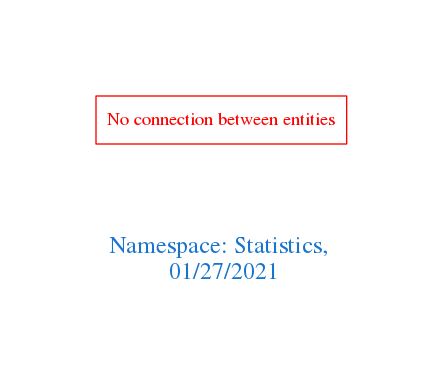
arago/OGIT keeps this Graphviz diagram as downloads/Statistics.png. Above is the earlier version. Its source is kept beside it as downloads/Statistics.dot.
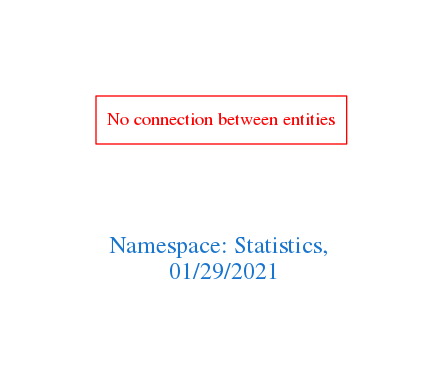
The same file after the commit.

The edit, as a diff of the source:
```diff
@@ -1,7 +1,7 @@
 digraph OGIT_ontology {
  graph [ rankdir= LR,pad=1
 fontsize = 18,
-fontcolor= dodgerblue3,label = "\n\n\nNamespace: Statistics, \n 01/27/2021"];
+fontcolor= dodgerblue3,label = "\n\n\nNamespace: Statistics, \n 01/29/2021"];
 node[shape=polygon];
 edge [  color="gray81"];
 
```
